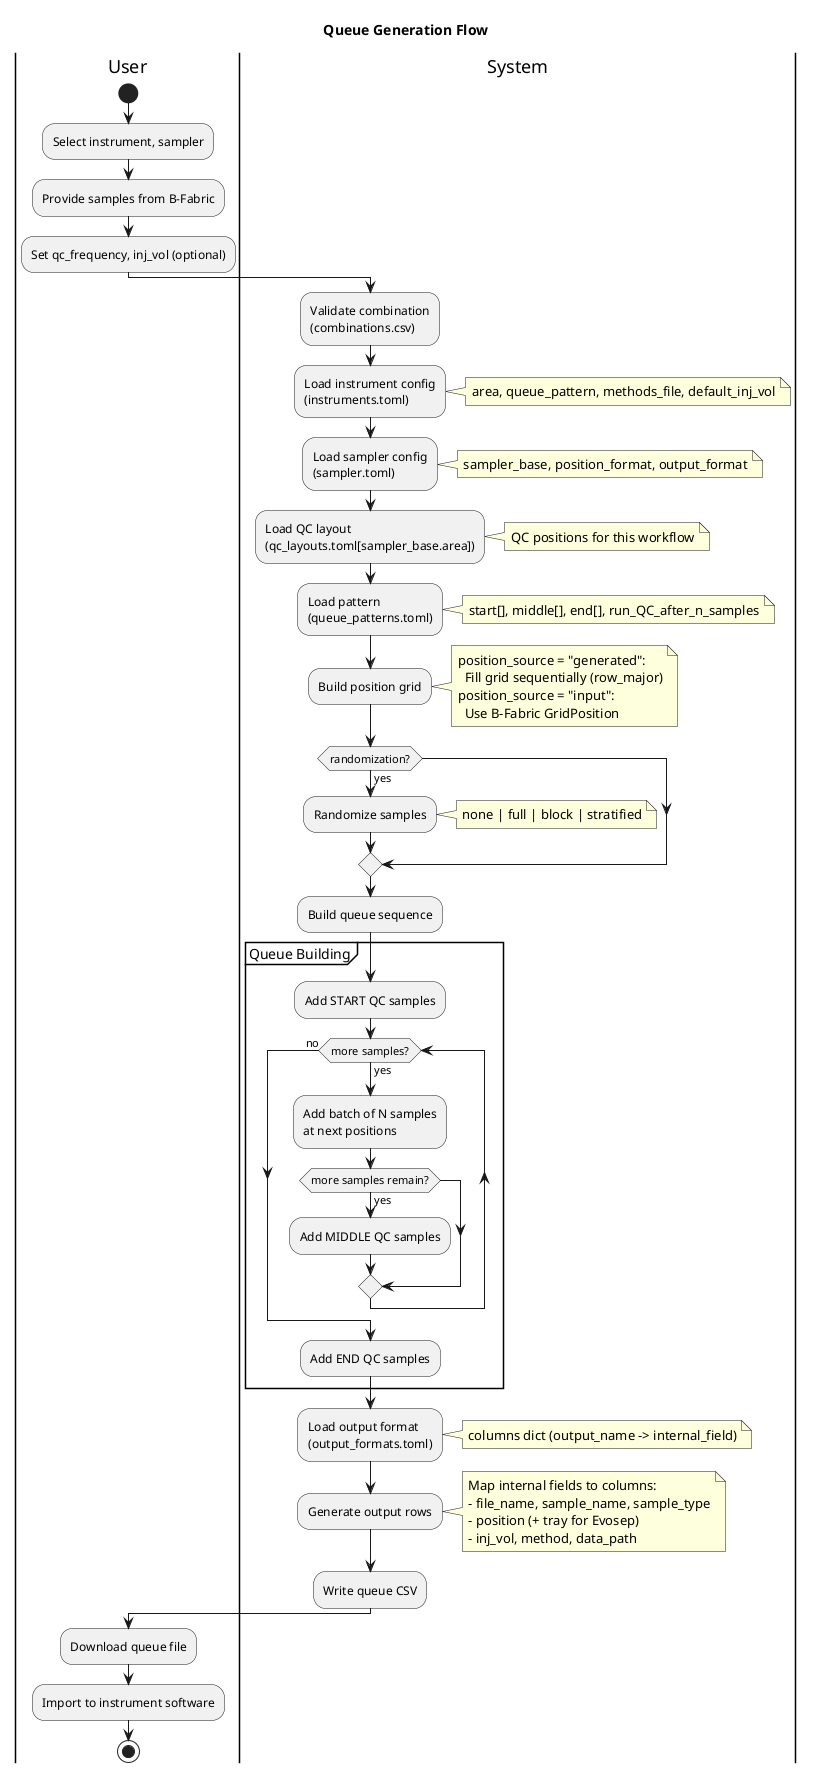
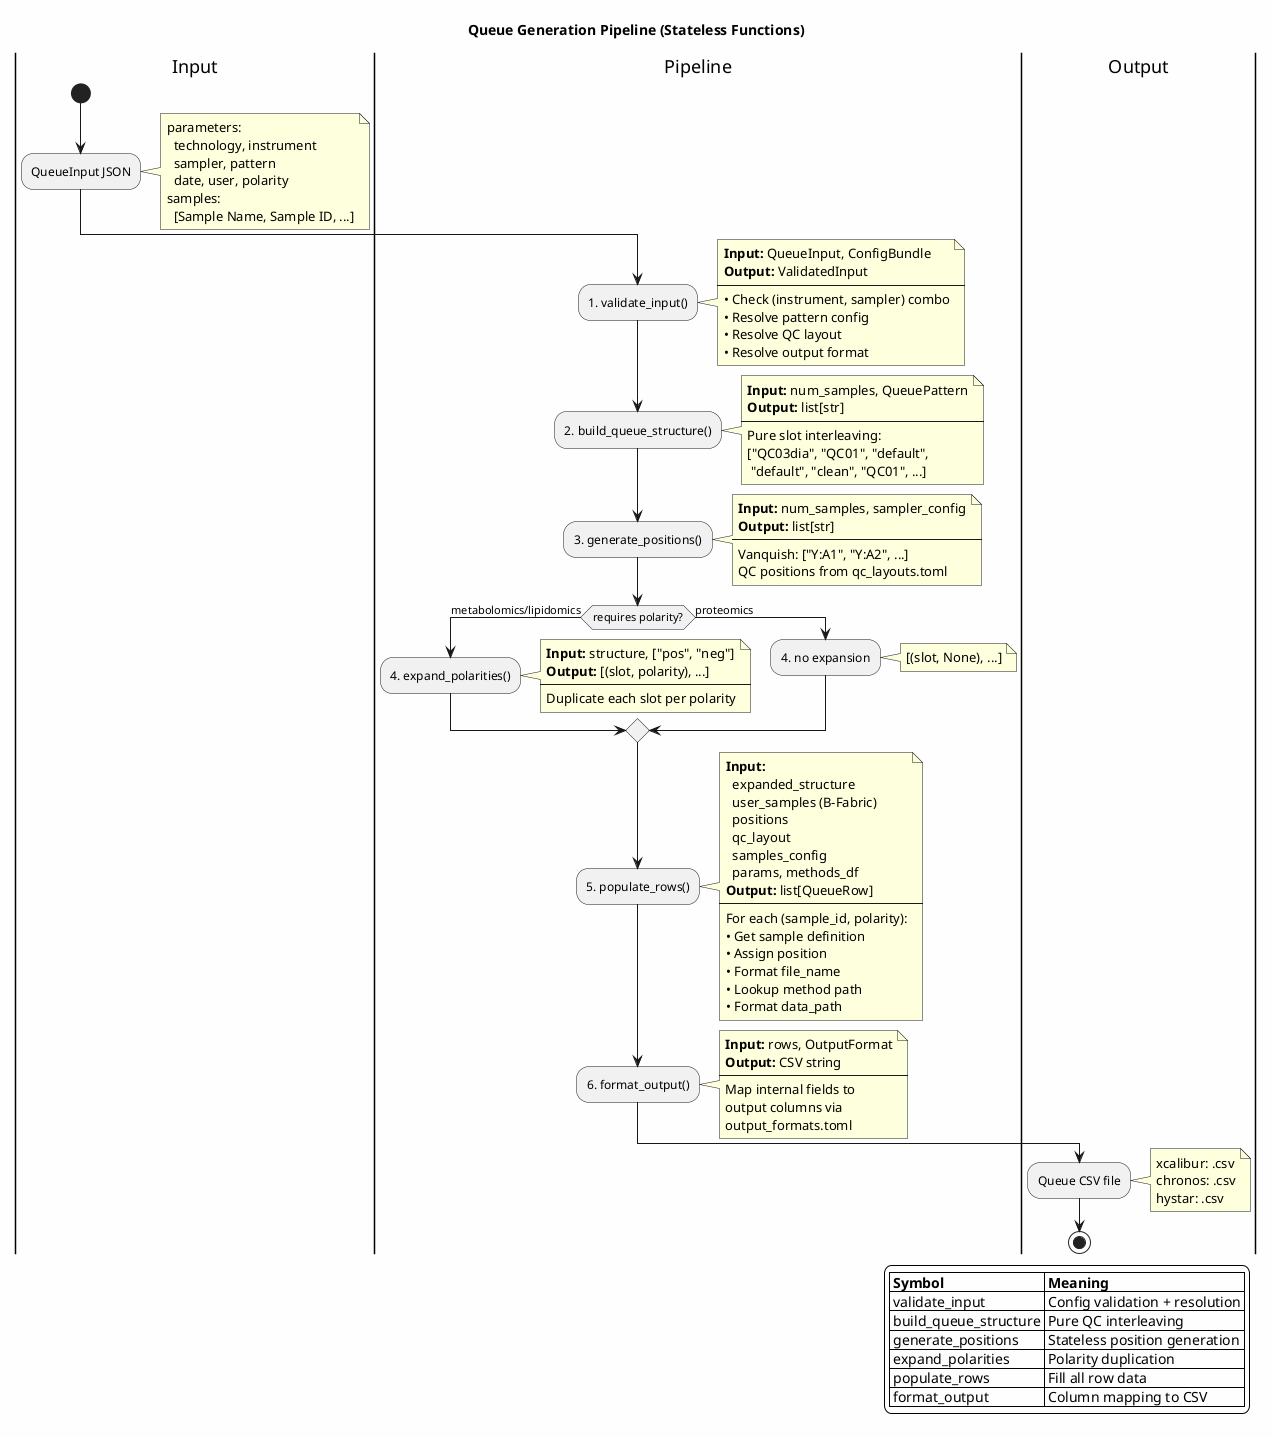
@startuml algorithm_flow

- title Queue Generation Flow
+ title Queue Generation Pipeline (Stateless Functions)

- |User|
+ skinparam backgroundColor #FEFEFE
+ skinparam BoxPadding 10
+ 
+ |Input|
start
- :Select instrument, sampler;
- :Provide samples from B-Fabric;
- :Set qc_frequency, inj_vol (optional);
- 
- |System|
- :Validate combination\n(combinations.csv);
- 
- :Load instrument config\n(instruments.toml);
- note right: area, queue_pattern, methods_file, default_inj_vol
- 
- :Load sampler config\n(sampler.toml);
- note right: sampler_base, position_format, output_format
- 
- :Load QC layout\n(qc_layouts.toml[sampler_base.area]);
- note right: QC positions for this workflow
- 
- :Load pattern\n(queue_patterns.toml);
- note right: start[], middle[], end[], run_QC_after_n_samples
- 
- :Build position grid;
+ :QueueInput JSON;
note right
-   position_source = "generated":
-     Fill grid sequentially (row_major)
-   position_source = "input":
-     Use B-Fabric GridPosition
+   parameters:
+     technology, instrument
+     sampler, pattern
+     date, user, polarity
+   samples:
+     [Sample Name, Sample ID, ...]
end note

- if (randomization?) then (yes)
-     :Randomize samples;
-     note right: none | full | block | stratified
+ |Pipeline|
+ 
+ :1. validate_input();
+ note right
+   **Input:** QueueInput, ConfigBundle
+   **Output:** ValidatedInput
+   ----
+   • Check (instrument, sampler) combo
+   • Resolve pattern config
+   • Resolve QC layout
+   • Resolve output format
+ end note
+ 
+ :2. build_queue_structure();
+ note right
+   **Input:** num_samples, QueuePattern
+   **Output:** list[str]
+   ----
+   Pure slot interleaving:
+   ["QC03dia", "QC01", "default",
+    "default", "clean", "QC01", ...]
+ end note
+ 
+ :3. generate_positions();
+ note right
+   **Input:** num_samples, sampler_config
+   **Output:** list[str]
+   ----
+   Vanquish: ["Y:A1", "Y:A2", ...]
+   QC positions from qc_layouts.toml
+ end note
+ 
+ if (requires polarity?) then (metabolomics/lipidomics)
+   :4. expand_polarities();
+   note right
+     **Input:** structure, ["pos", "neg"]
+     **Output:** [(slot, polarity), ...]
+     ----
+     Duplicate each slot per polarity
+   end note
+ else (proteomics)
+   :4. no expansion;
+   note right
+     [(slot, None), ...]
+   end note
endif

- :Build queue sequence;
- 
- partition "Queue Building" {
-     :Add START QC samples;
- 
-     while (more samples?) is (yes)
-         :Add batch of N samples\nat next positions;
-         if (more samples remain?) then (yes)
-             :Add MIDDLE QC samples;
-         endif
-     endwhile (no)
- 
-     :Add END QC samples;
- }
- 
- :Load output format\n(output_formats.toml);
- note right: columns dict (output_name -> internal_field)
- 
- :Generate output rows;
+ :5. populate_rows();
note right
-   Map internal fields to columns:
-   - file_name, sample_name, sample_type
-   - position (+ tray for Evosep)
-   - inj_vol, method, data_path
+   **Input:**
+     expanded_structure
+     user_samples (B-Fabric)
+     positions
+     qc_layout
+     samples_config
+     params, methods_df
+   **Output:** list[QueueRow]
+   ----
+   For each (sample_id, polarity):
+   • Get sample definition
+   • Assign position
+   • Format file_name
+   • Lookup method path
+   • Format data_path
end note

- :Write queue CSV;
+ :6. format_output();
+ note right
+   **Input:** rows, OutputFormat
+   **Output:** CSV string
+   ----
+   Map internal fields to
+   output columns via
+   output_formats.toml
+ end note

- |User|
- :Download queue file;
- :Import to instrument software;
+ |Output|
+ :Queue CSV file;
+ note right
+   xcalibur: .csv
+   chronos: .csv
+   hystar: .csv
+ end note

stop

+ legend right
+   |= Symbol |= Meaning |
+   | validate_input | Config validation + resolution |
+   | build_queue_structure | Pure QC interleaving |
+   | generate_positions | Stateless position generation |
+   | expand_polarities | Polarity duplication |
+   | populate_rows | Fill all row data |
+   | format_output | Column mapping to CSV |
+ endlegend
+ 
@enduml
